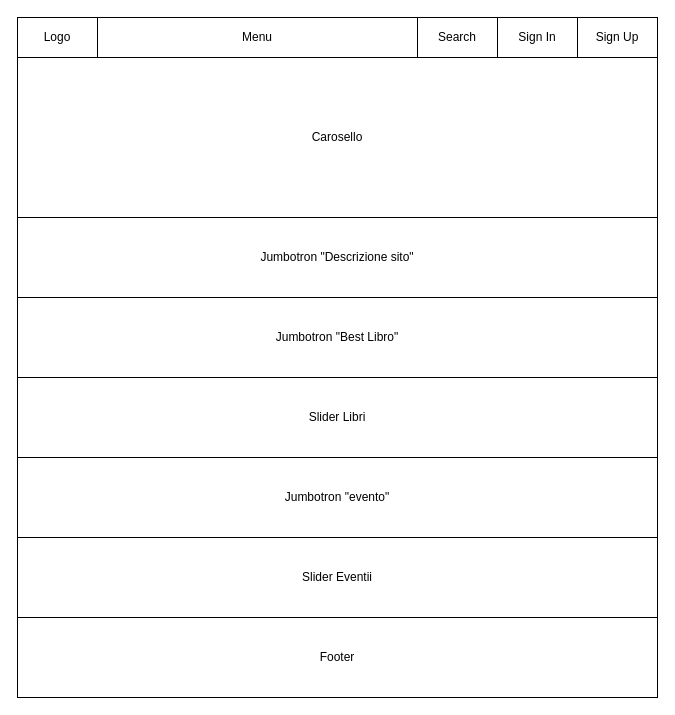
Earlier version of the draw.io diagram diagrams/home_page.drawio (DragonBanana/Hypermedia). Source tidied: cells renumbered, new cells numbered last; positions are measured from the earlier drawing's top-left corner, leaving out a move shared by most shapes. Both pictures are drawn from the tidied source at 100%, with x=0, y=0 at pixel (17, 17).
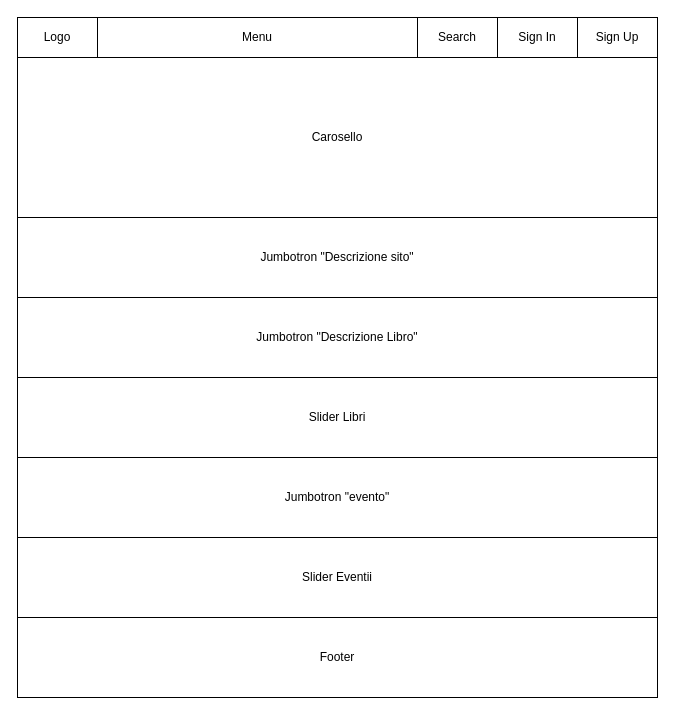
The same page after the edit.

What changed in the source:
```diff
@@
 <mxGraphModel>
   <root>
     <mxCell id="0" />
     <mxCell id="1" parent="0" />
     <mxCell id="2" style="rounded=0;whiteSpace=wrap;html=1;" parent="1" vertex="1">
       <mxGeometry width="640" height="680" as="geometry" />
     </mxCell>
     <mxCell id="3" value="Menu" style="rounded=0;whiteSpace=wrap;html=1;" parent="1" vertex="1">
       <mxGeometry x="80" width="320" height="40" as="geometry" />
     </mxCell>
     <mxCell id="4" value="Logo" style="rounded=0;whiteSpace=wrap;html=1;" parent="1" vertex="1">
       <mxGeometry width="80" height="40" as="geometry" />
     </mxCell>
     <mxCell id="5" value="Sign In" style="rounded=0;whiteSpace=wrap;html=1;" parent="1" vertex="1">
       <mxGeometry x="480" width="80" height="40" as="geometry" />
     </mxCell>
     <mxCell id="6" value="Sign Up&lt;br&gt;" style="rounded=0;whiteSpace=wrap;html=1;" parent="1" vertex="1">
       <mxGeometry x="560" width="80" height="40" as="geometry" />
     </mxCell>
     <mxCell id="7" value="Carosello&lt;br&gt;" style="rounded=0;whiteSpace=wrap;html=1;" parent="1" vertex="1">
       <mxGeometry y="40" width="640" height="160" as="geometry" />
     </mxCell>
     <mxCell id="8" value="Jumbotron &quot;Descrizione sito&quot;" style="rounded=0;whiteSpace=wrap;html=1;" parent="1" vertex="1">
       <mxGeometry y="200" width="640" height="80" as="geometry" />
     </mxCell>
     <mxCell id="9" value="Search" style="rounded=0;whiteSpace=wrap;html=1;" parent="1" vertex="1">
       <mxGeometry x="400" width="80" height="40" as="geometry" />
     </mxCell>
     <mxCell id="10" value="Slider Libri" style="rounded=0;whiteSpace=wrap;html=1;" parent="1" vertex="1">
       <mxGeometry y="360" width="640" height="80" as="geometry" />
     </mxCell>
     <mxCell id="11" value="Slider Eventii" style="rounded=0;whiteSpace=wrap;html=1;" parent="1" vertex="1">
       <mxGeometry y="520" width="640" height="80" as="geometry" />
     </mxCell>
-    <mxCell id="12" value="Jumbotron &quot;Best Libro&quot;" style="rounded=0;whiteSpace=wrap;html=1;" parent="1" vertex="1">
+    <mxCell id="12" value="Jumbotron &quot;Descrizione Libro&quot;" style="rounded=0;whiteSpace=wrap;html=1;" parent="1" vertex="1">
       <mxGeometry y="280" width="640" height="80" as="geometry" />
     </mxCell>
     <mxCell id="13" value="Jumbotron &quot;evento&quot;" style="rounded=0;whiteSpace=wrap;html=1;" parent="1" vertex="1">
       <mxGeometry y="440" width="640" height="80" as="geometry" />
     </mxCell>
     <mxCell id="14" value="Footer" style="rounded=0;whiteSpace=wrap;html=1;" parent="1" vertex="1">
       <mxGeometry y="600" width="640" height="80" as="geometry" />
     </mxCell>
   </root>
 </mxGraphModel>
```
